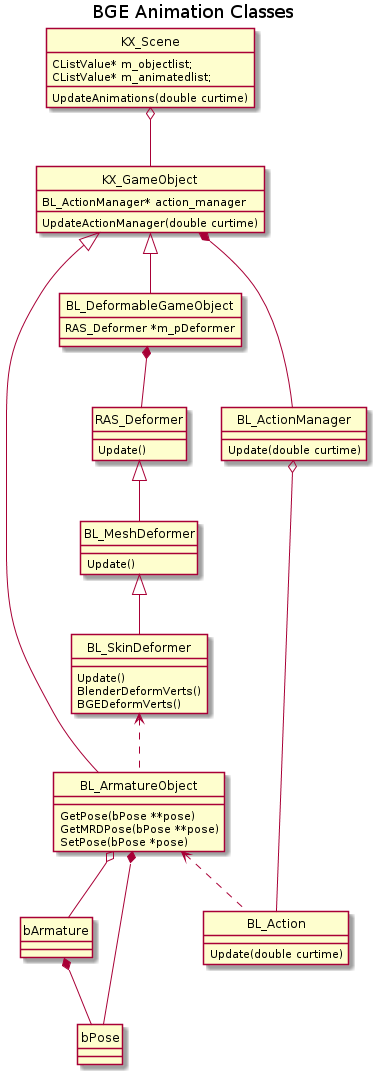
Moguri/thesis keeps this PlantUML diagram as uml/bge_class.png. Above is the earlier version.
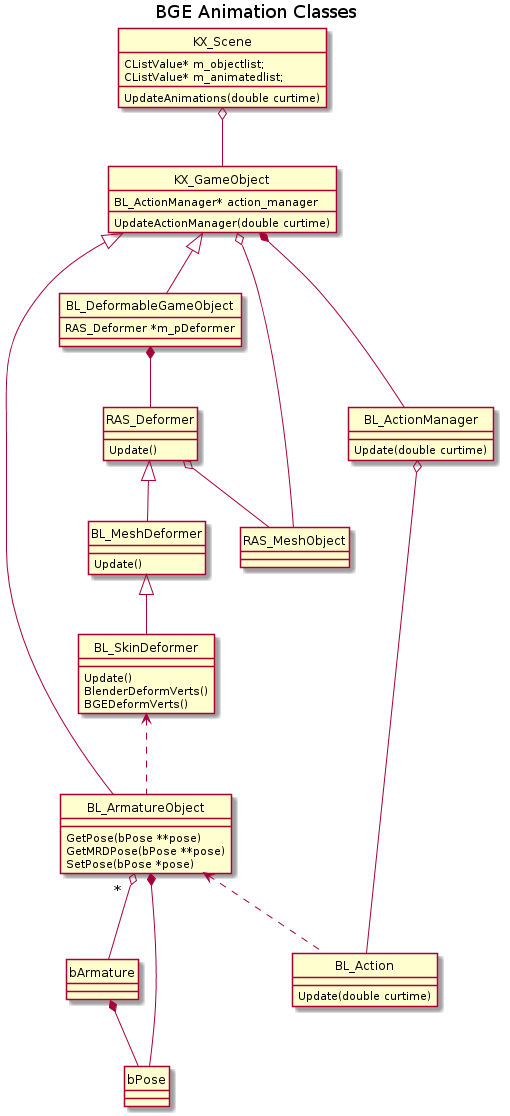
After the change.

Commit message:
UML: Updating the BGE class diagram.

* Adding RAS_MeshObject
  * Showing the multiplicity on the association between BL_ArmatureObject and bArmature

What changed in the source:
```diff
@@ -12,8 +12,9 @@
 KX_GameObject *-- BL_ActionManager
 KX_GameObject: BL_ActionManager* action_manager
 KX_GameObject: UpdateActionManager(double curtime)
+KX_GameObject o-- RAS_MeshObject
 
-BL_ArmatureObject o-- bArmature
+BL_ArmatureObject "*" o-- bArmature
 bArmature *-- bPose
 BL_ArmatureObject *-- bPose
 BL_ArmatureObject <.. BL_Action
@@ -32,6 +33,7 @@
 RAS_Deformer <|-- BL_MeshDeformer
 BL_MeshDeformer <|-- BL_SkinDeformer
 RAS_Deformer: Update()
+RAS_Deformer o-- RAS_MeshObject
 BL_MeshDeformer: Update()
 BL_SkinDeformer: Update()
 BL_SkinDeformer: BlenderDeformVerts()
```
